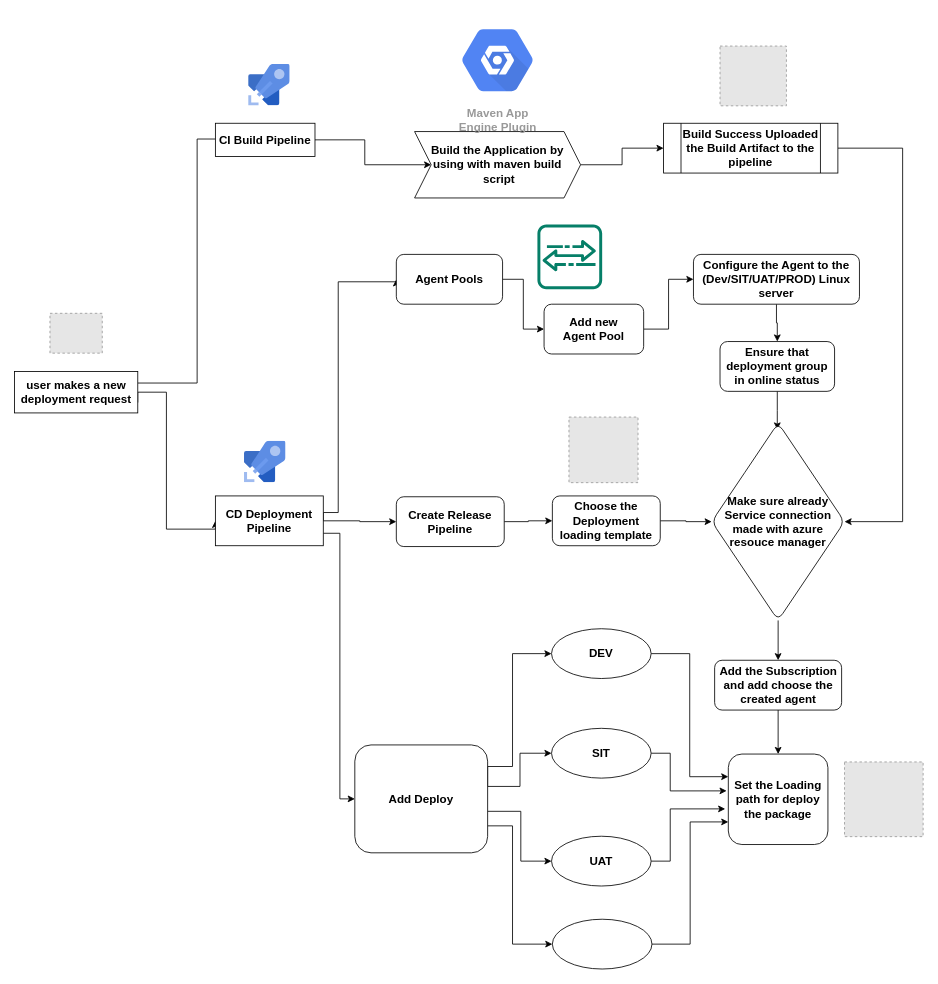
The draw.io diagram Untitled Diagram.drawio in depsai/sample_test, before the edit. Source tidied: cells renumbered, new cells numbered last; positions are measured from the earlier drawing's top-left corner, leaving out a move shared by most shapes. Both pictures are drawn from the tidied source at 83%, with x=0, y=0 at pixel (14, 14). Pictures stored in the file or linked from it are replaced by grey dashed boxes.
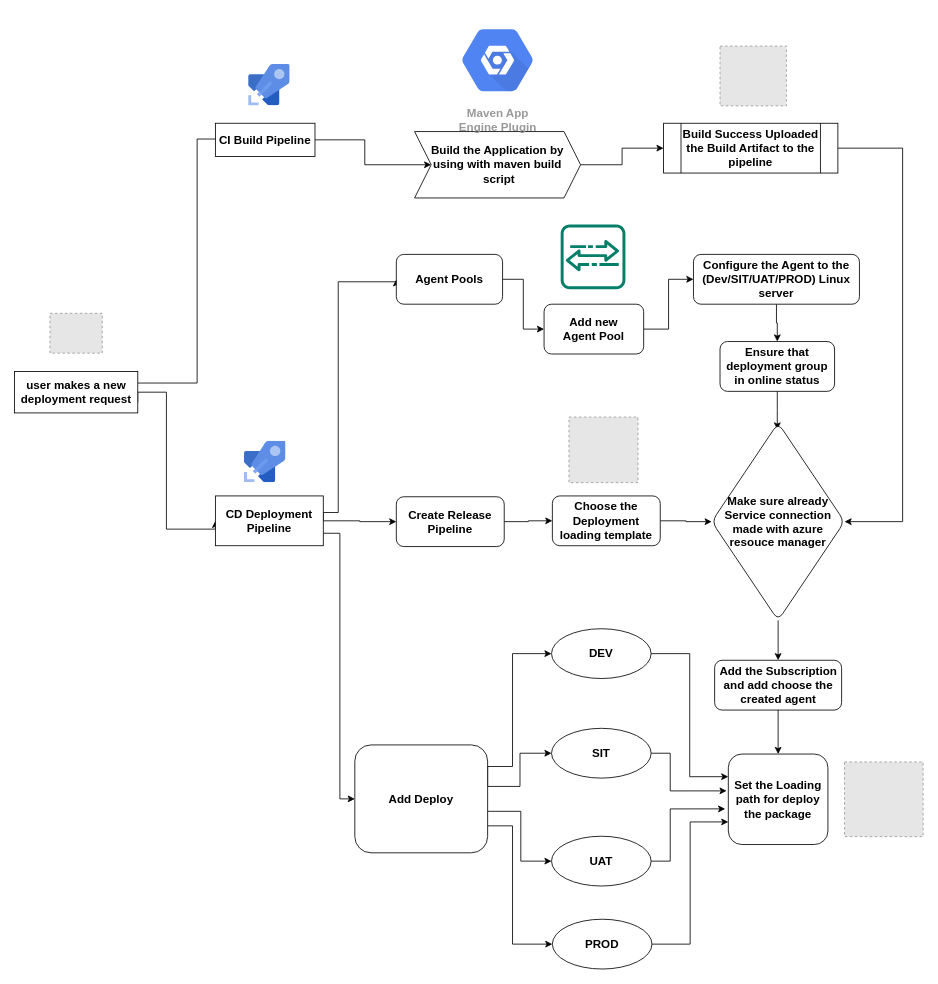
After the change.

The edit, as a diff of the source:
```diff
@@
     <mxCell id="38" style="sketch=0;fontColor=#232F3E;gradientColor=none;fillColor=#067F68;strokeColor=none;dashed=0;verticalLabelPosition=bottom;verticalAlign=top;align=center;html=1;fontSize=12;fontStyle=0;shape=mxgraph.aws4.agent2;" parent="1" vertex="1">
-      <mxGeometry x="630" y="253" width="78" height="78" as="geometry" />
+      <mxGeometry x="658" y="253" width="78" height="78" as="geometry" />
     </mxCell>
@@
-    <mxCell id="50" style="ellipse;whiteSpace=wrap;html=1;rounded=1;fontSize=14;" parent="1" vertex="1">
+    <mxCell id="50" value="&lt;b&gt;PROD&lt;/b&gt;" style="ellipse;whiteSpace=wrap;html=1;rounded=1;fontSize=14;" parent="1" vertex="1">
       <mxGeometry x="648" y="1090" width="120" height="60" as="geometry" />
     </mxCell>
```
